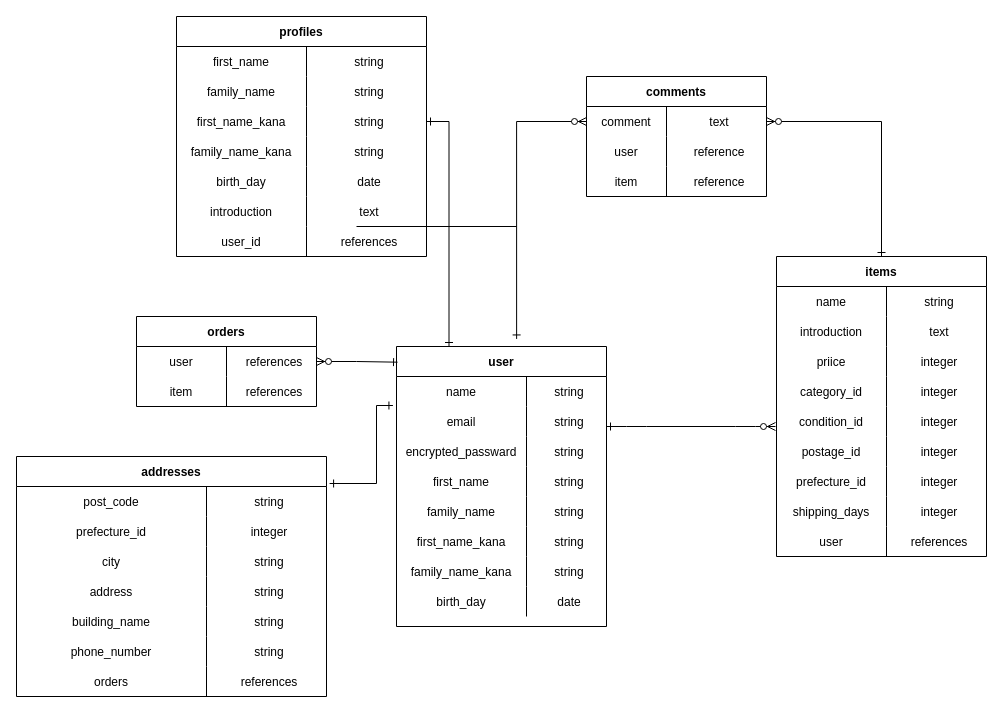
Earlier version of the draw.io diagram tset.dio (ninomiichan/furima-34382). Source tidied: cells renumbered, new cells numbered last; positions are measured from the earlier drawing's top-left corner, leaving out a move shared by most shapes. Both pictures are drawn from the tidied source at 100%, with x=0, y=0 at pixel (16, 16).
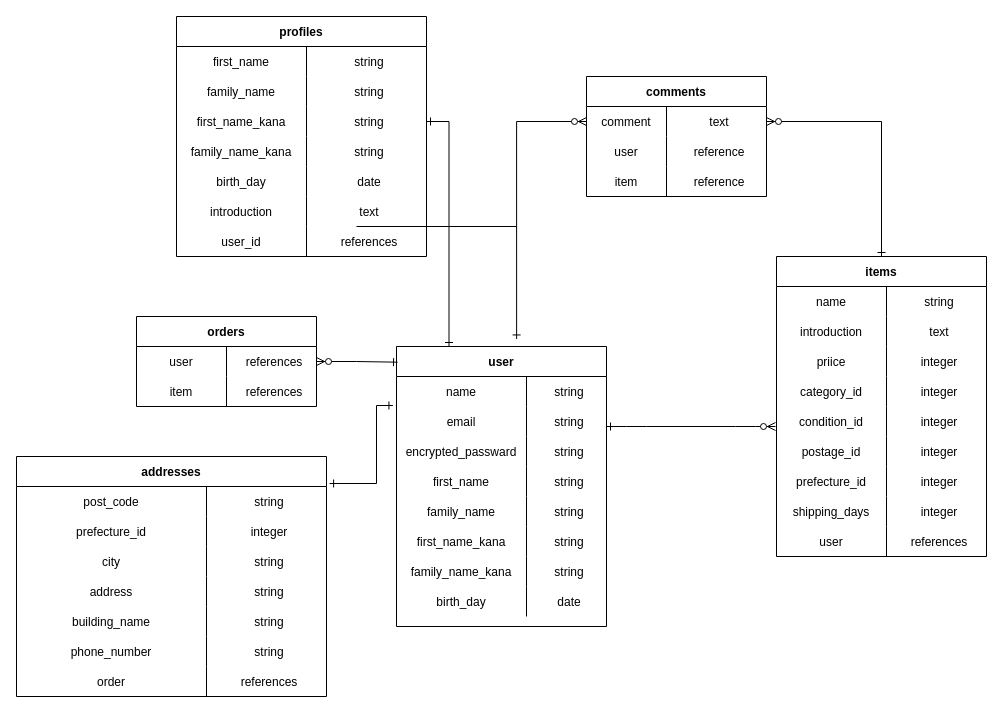
The same page after the edit.

Unchanged cells that the change refers to:
```xml
<mxCell id="110" style="shape=partialRectangle;fillColor=none;top=0;left=0;bottom=0;right=0;" parent="91" vertex="1">
  <mxGeometry y="210" width="310" height="30" as="geometry" />
</mxCell>
```

Diff of the diagram source:
```diff
@@
-    <mxCell id="111" value="orders" style="shape=partialRectangle;fillColor=none;top=0;left=0;bottom=0;right=0;overflow=hidden;" parent="110" vertex="1">
+    <mxCell id="111" value="order" style="shape=partialRectangle;fillColor=none;top=0;left=0;bottom=0;right=0;overflow=hidden;" parent="110" vertex="1">
       <mxGeometry width="190" height="30" as="geometry" />
     </mxCell>
```
